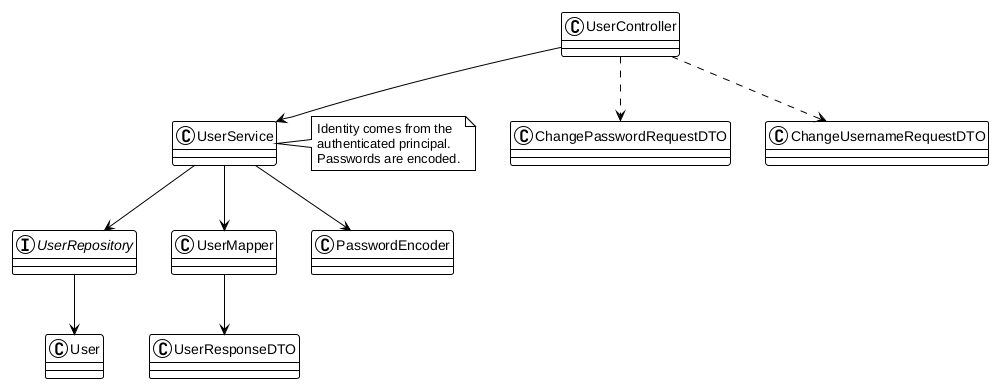
Before: docs/user/user-architecture.png, a diagram exported from PlantUML (genesshoan/fitness-tracker-api).
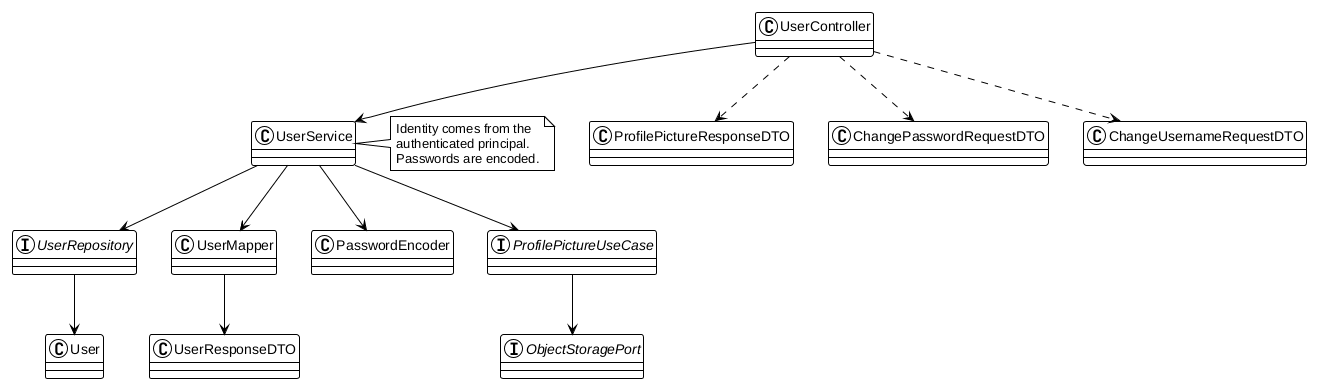
After the commit.

Commit message:
docs: update user profile picture documentation

The edit, as a diff of the source:
```diff
@@ -7,16 +7,22 @@
 class UserMapper
 class User
 class UserResponseDTO
+class ProfilePictureResponseDTO
 class ChangePasswordRequestDTO
 class ChangeUsernameRequestDTO
 class PasswordEncoder
+interface ProfilePictureUseCase
+interface ObjectStoragePort
 
 UserController --> UserService
 UserService --> UserRepository
 UserService --> UserMapper
 UserService --> PasswordEncoder
+UserService --> ProfilePictureUseCase
+ProfilePictureUseCase --> ObjectStoragePort
 UserRepository --> User
 UserMapper --> UserResponseDTO
+UserController ..> ProfilePictureResponseDTO
 UserController ..> ChangePasswordRequestDTO
 UserController ..> ChangeUsernameRequestDTO
 
```
